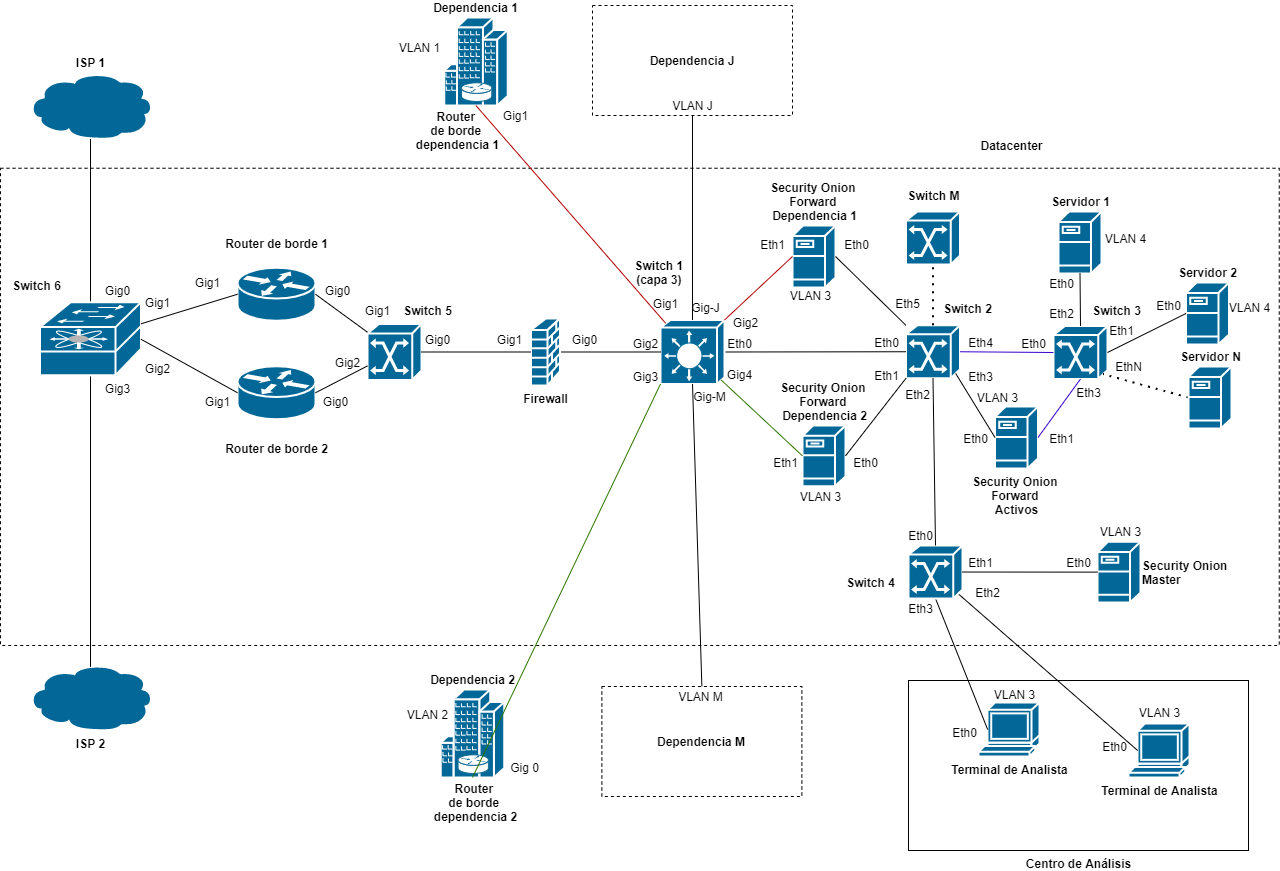
Above: Informe_latex_v2.0/iteracion_1_imagenes/figura_topologia_d_unc.png in Sepulveda25/informe_tesis (draw.io), before the change. Source tidied: cells renumbered, new cells last; positions are measured from the earlier drawing's top-left corner, leaving out a move shared by most shapes.
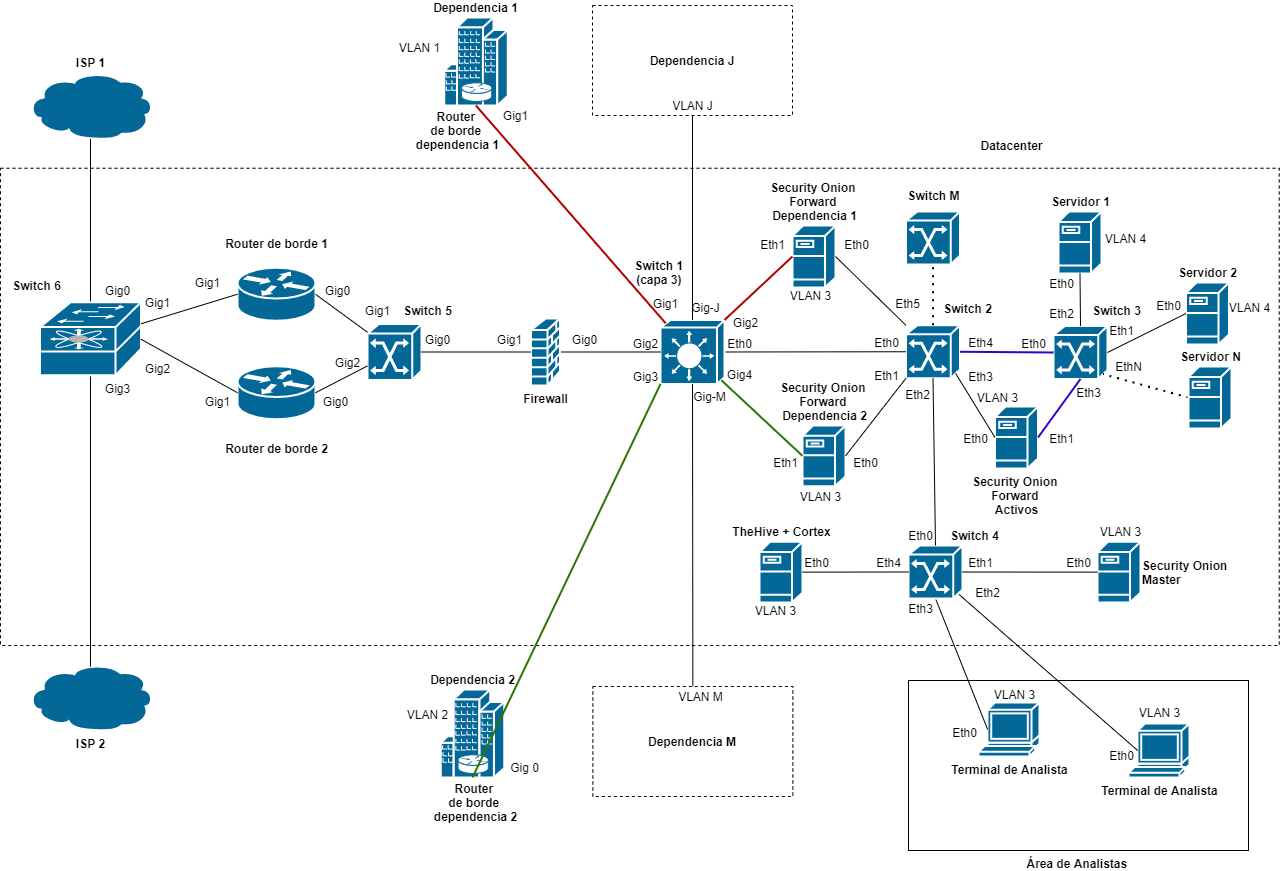
The same file after the commit.

What changed in the source:
```diff
@@ -5,7 +5,7 @@
     <mxCell id="2" style="rounded=0;whiteSpace=wrap;html=1;dashed=1;fontStyle=1;" parent="1" vertex="1">
       <mxGeometry y="162.8" width="1278.8" height="477.2" as="geometry" />
     </mxCell>
-    <mxCell id="3" value="&lt;b&gt;Centro de Análisis&lt;/b&gt;" style="verticalLabelPosition=bottom;verticalAlign=top;html=1;shape=mxgraph.basic.rect;fillColor2=none;strokeWidth=1;size=20;indent=5;" parent="1" vertex="1">
+    <mxCell id="3" value="&lt;b&gt;Área&amp;nbsp;de Analistas&amp;nbsp;&lt;/b&gt;" style="verticalLabelPosition=bottom;verticalAlign=top;html=1;shape=mxgraph.basic.rect;fillColor2=none;strokeWidth=1;size=20;indent=5;" parent="1" vertex="1">
       <mxGeometry x="908" y="675" width="340" height="170" as="geometry" />
     </mxCell>
     <mxCell id="4" style="shape=mxgraph.cisco.switches.atm_switch;html=1;dashed=0;fillColor=#036897;strokeColor=#ffffff;strokeWidth=2;verticalLabelPosition=bottom;verticalAlign=top;align=center;outlineConnect=0;" parent="1" vertex="1">
@@ -32,10 +32,10 @@
     <mxCell id="11" value="&lt;b&gt;Dependencia 2&lt;/b&gt;" style="shape=mxgraph.cisco.routers.router_in_building;html=1;dashed=0;fillColor=#036897;strokeColor=#ffffff;strokeWidth=2;verticalLabelPosition=top;verticalAlign=bottom;align=center;outlineConnect=0;labelPosition=center;" parent="1" vertex="1">
       <mxGeometry x="440.2" y="684" width="63.5" height="88" as="geometry" />
     </mxCell>
-    <mxCell id="12" style="endArrow=none;html=1;entryX=0.08;entryY=0.05;entryDx=0;entryDy=0;entryPerimeter=0;exitX=0.5;exitY=1;exitDx=0;exitDy=0;exitPerimeter=0;fillColor=#e51400;strokeColor=#B20000;" parent="1" edge="1" source="10" target="9">
+    <mxCell id="12" style="endArrow=none;html=1;entryX=0.08;entryY=0.05;entryDx=0;entryDy=0;entryPerimeter=0;exitX=0.5;exitY=1;exitDx=0;exitDy=0;exitPerimeter=0;fillColor=#e51400;strokeColor=#B20000;strokeWidth=2;" parent="1" edge="1" source="10" target="9">
       <mxGeometry relative="1" as="geometry" />
     </mxCell>
-    <mxCell id="13" style="endArrow=none;html=1;entryX=0;entryY=1;entryDx=0;entryDy=0;entryPerimeter=0;exitX=0.5;exitY=1;exitDx=0;exitDy=0;exitPerimeter=0;fillColor=#60a917;strokeColor=#2D7600;" parent="1" edge="1" source="11" target="9">
+    <mxCell id="13" style="endArrow=none;html=1;entryX=0;entryY=1;entryDx=0;entryDy=0;entryPerimeter=0;exitX=0.5;exitY=1;exitDx=0;exitDy=0;exitPerimeter=0;fillColor=#60a917;strokeColor=#2D7600;strokeWidth=2;" parent="1" edge="1" source="11" target="9">
       <mxGeometry relative="1" as="geometry" />
     </mxCell>
     <mxCell id="14" style="endArrow=none;html=1;entryX=0;entryY=0.5;entryDx=0;entryDy=0;entryPerimeter=0;exitX=1;exitY=0.5;exitDx=0;exitDy=0;exitPerimeter=0;" parent="1" edge="1" source="118" target="9">
@@ -66,7 +66,7 @@
       <mxGeometry x="592" width="200" height="110" as="geometry" />
     </mxCell>
     <mxCell id="23" value="&lt;b&gt;Dependencia M&lt;/b&gt;" style="rounded=0;whiteSpace=wrap;html=1;dashed=1;" parent="1" vertex="1">
-      <mxGeometry x="601.4" y="681" width="200" height="110" as="geometry" />
+      <mxGeometry x="592.4" y="681" width="200" height="110" as="geometry" />
     </mxCell>
     <mxCell id="24" value="Eth0" style="text;html=1;align=center;verticalAlign=middle;" parent="1" vertex="1">
       <mxGeometry x="719" y="328" width="40" height="20" as="geometry" />
@@ -105,7 +105,7 @@
       <mxGeometry x="943.5" y="717" width="40" height="20" as="geometry" />
     </mxCell>
     <mxCell id="36" value="Eth0" style="text;html=1;align=center;verticalAlign=middle;" parent="1" vertex="1">
-      <mxGeometry x="1093.5" y="731" width="40" height="20" as="geometry" />
+      <mxGeometry x="1101" y="740" width="40" height="20" as="geometry" />
     </mxCell>
     <mxCell id="37" value="Gig 0" style="text;html=1;align=center;verticalAlign=middle;" parent="1" vertex="1">
       <mxGeometry x="503.8" y="752" width="40" height="20" as="geometry" />
@@ -143,7 +143,7 @@
     <mxCell id="48" style="endArrow=none;html=1;exitX=0.5;exitY=0;exitDx=0;exitDy=0;exitPerimeter=0;entryX=0.5;entryY=1;entryDx=0;entryDy=0;entryPerimeter=0;" parent="1" edge="1" source="47" target="4">
       <mxGeometry relative="1" as="geometry" />
     </mxCell>
-    <mxCell id="49" style="endArrow=none;html=1;exitX=0;exitY=0.5;exitDx=0;exitDy=0;exitPerimeter=0;entryX=1;entryY=0.5;entryDx=0;entryDy=0;entryPerimeter=0;fillColor=#6a00ff;strokeColor=#3700CC;" parent="1" edge="1" source="46" target="4">
+    <mxCell id="49" style="endArrow=none;html=1;exitX=0;exitY=0.5;exitDx=0;exitDy=0;exitPerimeter=0;entryX=1;entryY=0.5;entryDx=0;entryDy=0;entryPerimeter=0;fillColor=#6a00ff;strokeColor=#3700CC;strokeWidth=2;" parent="1" edge="1" source="46" target="4">
       <mxGeometry relative="1" as="geometry" />
     </mxCell>
     <mxCell id="50" style="endArrow=none;html=1;exitX=0.5;exitY=0;exitDx=0;exitDy=0;exitPerimeter=0;entryX=0.5;entryY=1;entryDx=0;entryDy=0;entryPerimeter=0;" parent="1" edge="1" source="46" target="6">
@@ -159,7 +159,7 @@
       <mxGeometry x="1085.5" y="295.2" width="60" height="20" as="geometry" />
     </mxCell>
     <mxCell id="54" value="&lt;b&gt;Switch 4&lt;/b&gt;" style="text;html=1;align=center;verticalAlign=middle;" parent="1" vertex="1">
-      <mxGeometry x="840" y="567.2" width="60" height="20" as="geometry" />
+      <mxGeometry x="943.5" y="520" width="60" height="20" as="geometry" />
     </mxCell>
     <mxCell id="55" value="&lt;b&gt;Router &lt;br&gt;de borde &lt;br&gt;dependencia 1&lt;/b&gt;" style="text;html=1;align=center;verticalAlign=middle;labelBackgroundColor=none;" parent="1" vertex="1">
       <mxGeometry x="407.1" y="100" width="100" height="50" as="geometry" />
@@ -167,7 +167,7 @@
     <mxCell id="56" value="&lt;b&gt;Router &lt;br&gt;de borde &lt;br&gt;dependencia 2&lt;/b&gt;" style="text;html=1;align=center;verticalAlign=middle;labelBackgroundColor=none;" parent="1" vertex="1">
       <mxGeometry x="425" y="772" width="100" height="50" as="geometry" />
     </mxCell>
-    <mxCell id="57" value="Eth0" style="text;html=1;align=center;verticalAlign=middle;" parent="1" vertex="1">
+    <mxCell id="57" value="Eth0" style="text;html=1;align=center;verticalAlign=middle;strokeWidth=2;" parent="1" vertex="1">
       <mxGeometry x="1013" y="328" width="40" height="20" as="geometry" />
     </mxCell>
     <mxCell id="58" value="Eth1" style="text;html=1;align=center;verticalAlign=middle;" parent="1" vertex="1">
@@ -209,7 +209,7 @@
     <mxCell id="70" value="&lt;b&gt;Security Onion&amp;nbsp;&lt;br&gt;Forward&amp;nbsp;&lt;/b&gt;&lt;br&gt;&lt;b&gt;Dependencia&amp;nbsp;1&lt;/b&gt;" style="shape=mxgraph.cisco.servers.fileserver;html=1;dashed=0;fillColor=#036897;strokeColor=#ffffff;strokeWidth=2;verticalLabelPosition=top;verticalAlign=bottom;align=center;outlineConnect=0;labelPosition=center;" parent="1" vertex="1">
       <mxGeometry x="792" y="220" width="43" height="62" as="geometry" />
     </mxCell>
-    <mxCell id="71" style="endArrow=none;html=1;entryX=0;entryY=0.5;entryDx=0;entryDy=0;entryPerimeter=0;exitX=1;exitY=0;exitDx=0;exitDy=0;exitPerimeter=0;fillColor=#e51400;strokeColor=#B20000;" parent="1" edge="1" source="9" target="70">
+    <mxCell id="71" style="endArrow=none;html=1;entryX=0;entryY=0.5;entryDx=0;entryDy=0;entryPerimeter=0;exitX=1;exitY=0;exitDx=0;exitDy=0;exitPerimeter=0;fillColor=#e51400;strokeColor=#B20000;strokeWidth=2;" parent="1" edge="1" source="9" target="70">
       <mxGeometry relative="1" as="geometry" />
     </mxCell>
     <mxCell id="72" style="endArrow=none;html=1;entryX=1;entryY=0.5;entryDx=0;entryDy=0;entryPerimeter=0;" parent="1" edge="1" source="4" target="70">
@@ -230,7 +230,7 @@
     <mxCell id="77" value="&lt;b&gt;Security Onion&amp;nbsp;&lt;br&gt;Forward&amp;nbsp;&lt;/b&gt;&lt;br&gt;&lt;b&gt;Dependencia 2&lt;/b&gt;" style="shape=mxgraph.cisco.servers.fileserver;html=1;dashed=0;fillColor=#036897;strokeColor=#ffffff;strokeWidth=2;verticalLabelPosition=top;verticalAlign=bottom;align=center;outlineConnect=0;labelPosition=center;" parent="1" vertex="1">
       <mxGeometry x="802" y="420" width="43" height="60.8" as="geometry" />
     </mxCell>
-    <mxCell id="78" style="endArrow=none;html=1;entryX=0.95;entryY=0.94;entryDx=0;entryDy=0;entryPerimeter=0;exitX=0;exitY=0.5;exitDx=0;exitDy=0;exitPerimeter=0;fillColor=#60a917;strokeColor=#2D7600;" parent="1" edge="1" source="77" target="9">
+    <mxCell id="78" style="endArrow=none;html=1;entryX=0.95;entryY=0.94;entryDx=0;entryDy=0;entryPerimeter=0;exitX=0;exitY=0.5;exitDx=0;exitDy=0;exitPerimeter=0;fillColor=#60a917;strokeColor=#2D7600;strokeWidth=2;" parent="1" edge="1" source="77" target="9">
       <mxGeometry relative="1" as="geometry" />
     </mxCell>
     <mxCell id="79" style="endArrow=none;html=1;exitX=1;exitY=0.5;exitDx=0;exitDy=0;exitPerimeter=0;entryX=0;entryY=1;entryDx=0;entryDy=0;entryPerimeter=0;" parent="1" edge="1" source="77" target="4">
@@ -362,7 +362,7 @@
     <mxCell id="121" value="&lt;b&gt;Security Onion&amp;nbsp;&lt;br&gt;Forward&amp;nbsp;&lt;/b&gt;&lt;br&gt;&lt;b&gt;Activos&lt;/b&gt;" style="shape=mxgraph.cisco.servers.fileserver;html=1;dashed=0;fillColor=#036897;strokeColor=#ffffff;strokeWidth=2;verticalLabelPosition=bottom;verticalAlign=top;align=center;outlineConnect=0;labelPosition=center;" parent="1" vertex="1">
       <mxGeometry x="994.5" y="401" width="43" height="62" as="geometry" />
     </mxCell>
-    <mxCell id="122" style="endArrow=none;html=1;entryX=1;entryY=0.5;entryDx=0;entryDy=0;entryPerimeter=0;exitX=0.5;exitY=1;exitDx=0;exitDy=0;exitPerimeter=0;fillColor=#6a00ff;strokeColor=#3700CC;" parent="1" edge="1" source="46" target="121">
+    <mxCell id="122" style="endArrow=none;html=1;entryX=1;entryY=0.5;entryDx=0;entryDy=0;entryPerimeter=0;exitX=0.5;exitY=1;exitDx=0;exitDy=0;exitPerimeter=0;fillColor=#6a00ff;strokeColor=#3700CC;strokeWidth=2;" parent="1" edge="1" source="46" target="121">
       <mxGeometry relative="1" as="geometry" />
     </mxCell>
     <mxCell id="123" value="Eth3" style="text;html=1;align=center;verticalAlign=middle;" parent="1" vertex="1">
@@ -383,8 +383,23 @@
     <mxCell id="128" value="Eth1" style="text;html=1;align=center;verticalAlign=middle;" parent="1" vertex="1">
       <mxGeometry x="1041" y="423" width="40" height="20" as="geometry" />
     </mxCell>
-    <mxCell id="129" value="VLAN 3" style="text;html=1;align=center;verticalAlign=middle;" parent="1" vertex="1">
+    <mxCell id="129" value="VLAN 3" style="text;html=1;align=center;verticalAlign=middle;strokeWidth=1;" parent="1" vertex="1">
       <mxGeometry x="966.5" y="382" width="60" height="20" as="geometry" />
     </mxCell>
+    <mxCell id="130" value="&lt;b&gt;TheHive + Cortex&lt;/b&gt;" style="shape=mxgraph.cisco.servers.fileserver;html=1;dashed=0;fillColor=#036897;strokeColor=#ffffff;strokeWidth=2;verticalLabelPosition=top;verticalAlign=bottom;align=center;outlineConnect=0;labelPosition=center;" parent="1" vertex="1">
+      <mxGeometry x="759" y="536.2" width="43" height="60.8" as="geometry" />
+    </mxCell>
+    <mxCell id="131" style="endArrow=none;html=1;exitX=1;exitY=0.5;exitDx=0;exitDy=0;exitPerimeter=0;entryX=0;entryY=0.5;entryDx=0;entryDy=0;entryPerimeter=0;" parent="1" edge="1" source="130" target="47">
+      <mxGeometry relative="1" as="geometry" />
+    </mxCell>
+    <mxCell id="132" value="Eth0" style="text;html=1;align=center;verticalAlign=middle;" parent="1" vertex="1">
+      <mxGeometry x="795.5" y="547.2" width="40" height="20" as="geometry" />
+    </mxCell>
+    <mxCell id="133" value="Eth4" style="text;html=1;align=center;verticalAlign=middle;" parent="1" vertex="1">
+      <mxGeometry x="868" y="547.2" width="40" height="20" as="geometry" />
+    </mxCell>
+    <mxCell id="134" value="VLAN 3" style="text;html=1;align=center;verticalAlign=middle;" parent="1" vertex="1">
+      <mxGeometry x="745" y="595" width="60" height="20" as="geometry" />
+    </mxCell>
   </root>
 </mxGraphModel>
```
